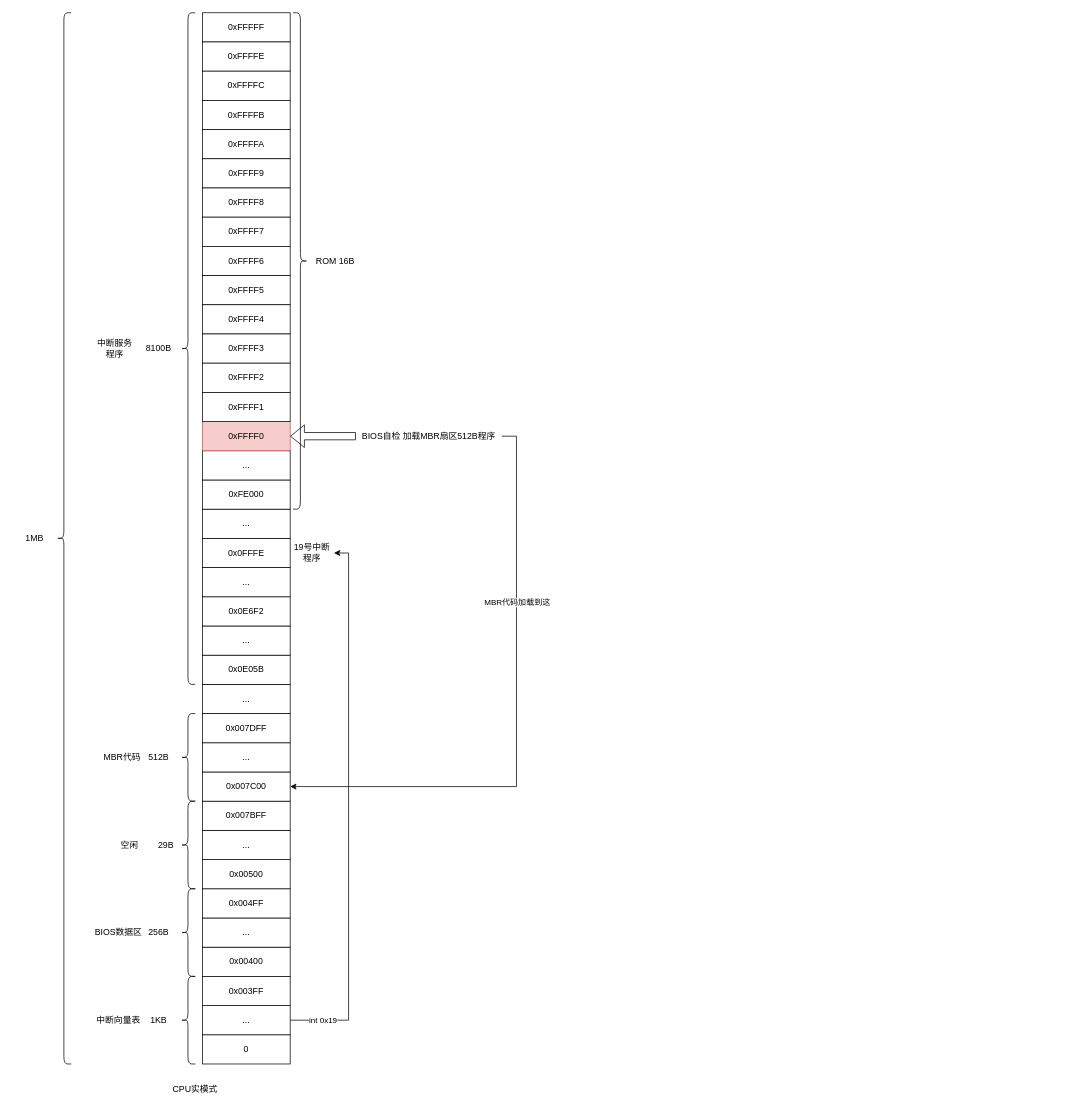
Above: my_docs/linux/sys_mem.drawio in Bannirui/Bannirui.github.io (draw.io), before the change. Source tidied: cells renumbered, new cells numbered last; positions are measured from the earlier drawing's top-left corner, leaving out a move shared by most shapes. Both pictures are drawn from the tidied source at 73%, with x=0, y=0 at pixel (12, 12).
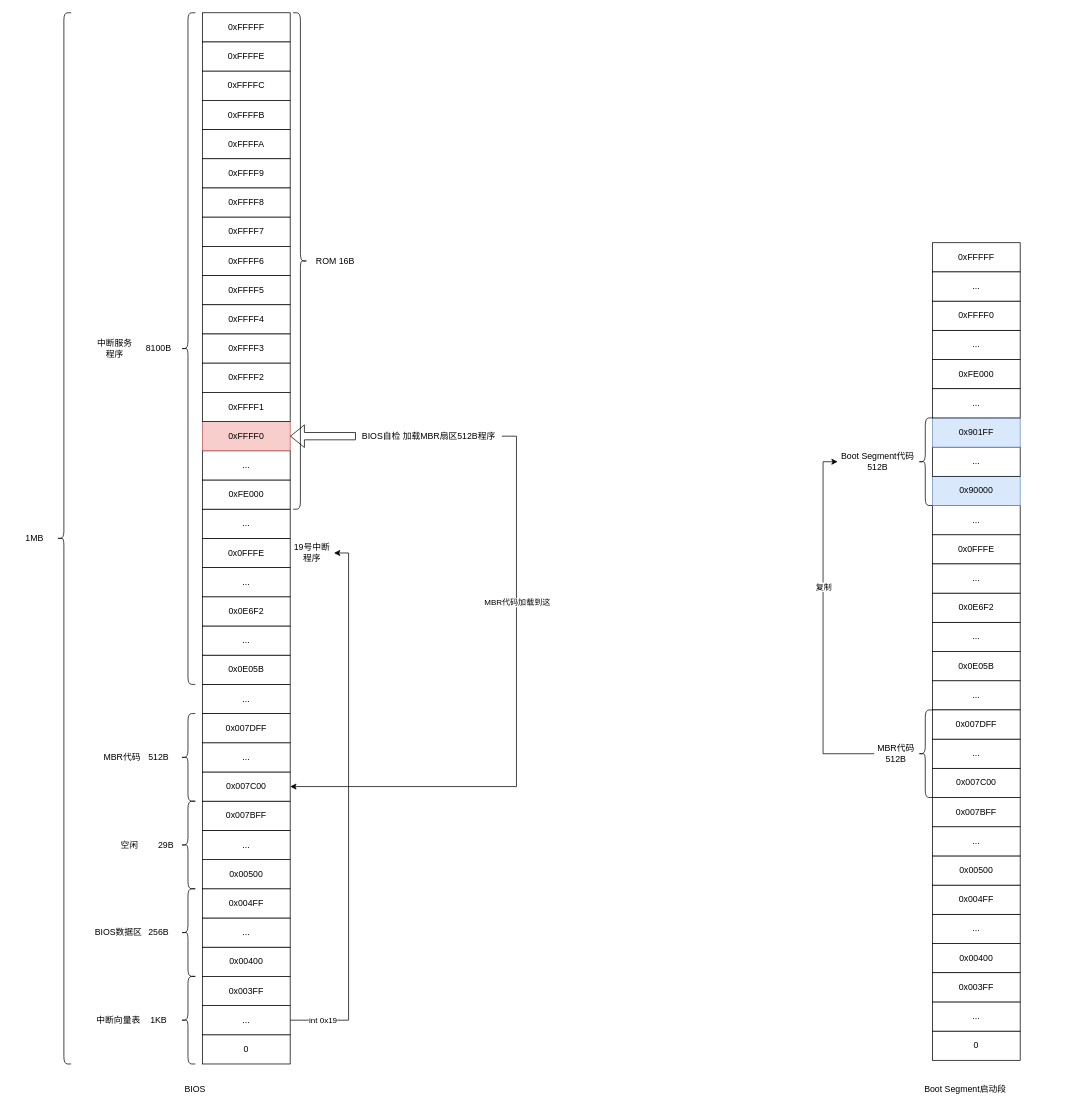
The same page after the edit.

Commit message:
bootsegment代码搬到高地址

What changed in the source:
```diff
@@
-    <mxCell id="26" value="CPU实模式" style="text;html=1;align=center;verticalAlign=middle;whiteSpace=wrap;rounded=0;" parent="1" vertex="1">
+    <mxCell id="26" value="BIOS" style="text;html=1;align=center;verticalAlign=middle;whiteSpace=wrap;rounded=0;" parent="1" vertex="1">
       <mxGeometry x="200" y="1460" width="100" height="30" as="geometry" />
     </mxCell>
@@
+    <mxCell id="65" value="0x00400" style="rounded=0;whiteSpace=wrap;html=1;" parent="1" vertex="1">
+      <mxGeometry x="1260" y="1275" width="120" height="40" as="geometry" />
+    </mxCell>
+    <mxCell id="66" value="..." style="rounded=0;whiteSpace=wrap;html=1;" parent="1" vertex="1">
+      <mxGeometry x="1260" y="1235" width="120" height="40" as="geometry" />
+    </mxCell>
+    <mxCell id="67" value="0x004FF" style="rounded=0;whiteSpace=wrap;html=1;" parent="1" vertex="1">
+      <mxGeometry x="1260" y="1195" width="120" height="40" as="geometry" />
+    </mxCell>
+    <mxCell id="68" value="0" style="rounded=0;whiteSpace=wrap;html=1;" parent="1" vertex="1">
+      <mxGeometry x="1260" y="1395" width="120" height="40" as="geometry" />
+    </mxCell>
+    <mxCell id="69" value="..." style="rounded=0;whiteSpace=wrap;html=1;" parent="1" vertex="1">
+      <mxGeometry x="1260" y="1355" width="120" height="40" as="geometry" />
+    </mxCell>
+    <mxCell id="70" value="0x003FF" style="rounded=0;whiteSpace=wrap;html=1;" parent="1" vertex="1">
+      <mxGeometry x="1260" y="1315" width="120" height="40" as="geometry" />
+    </mxCell>
+    <mxCell id="71" value="..." style="rounded=0;whiteSpace=wrap;html=1;" parent="1" vertex="1">
+      <mxGeometry x="1260" y="915" width="120" height="40" as="geometry" />
+    </mxCell>
+    <mxCell id="72" value="0x0E05B" style="rounded=0;whiteSpace=wrap;html=1;" parent="1" vertex="1">
+      <mxGeometry x="1260" y="875" width="120" height="40" as="geometry" />
+    </mxCell>
+    <mxCell id="73" value="0x0FFFE" style="rounded=0;whiteSpace=wrap;html=1;" parent="1" vertex="1">
+      <mxGeometry x="1260" y="715" width="120" height="40" as="geometry" />
+    </mxCell>
+    <mxCell id="74" value="..." style="rounded=0;whiteSpace=wrap;html=1;" parent="1" vertex="1">
+      <mxGeometry x="1260" y="835" width="120" height="40" as="geometry" />
+    </mxCell>
+    <mxCell id="75" value="..." style="rounded=0;whiteSpace=wrap;html=1;" parent="1" vertex="1">
+      <mxGeometry x="1260" y="675" width="120" height="40" as="geometry" />
+    </mxCell>
+    <mxCell id="76" value="Boot Segment启动段" style="text;html=1;align=center;verticalAlign=middle;whiteSpace=wrap;rounded=0;" parent="1" vertex="1">
+      <mxGeometry x="1160" y="1460" width="290" height="30" as="geometry" />
+    </mxCell>
+    <mxCell id="77" value="0x0E6F2" style="rounded=0;whiteSpace=wrap;html=1;" parent="1" vertex="1">
+      <mxGeometry x="1260" y="795" width="120" height="40" as="geometry" />
+    </mxCell>
+    <mxCell id="78" value="..." style="rounded=0;whiteSpace=wrap;html=1;" parent="1" vertex="1">
+      <mxGeometry x="1260" y="755" width="120" height="40" as="geometry" />
+    </mxCell>
+    <mxCell id="79" value="0xFE000" style="rounded=0;whiteSpace=wrap;html=1;" parent="1" vertex="1">
+      <mxGeometry x="1260" y="475" width="120" height="40" as="geometry" />
+    </mxCell>
+    <mxCell id="80" value="..." style="rounded=0;whiteSpace=wrap;html=1;" parent="1" vertex="1">
+      <mxGeometry x="1260" y="435" width="120" height="40" as="geometry" />
+    </mxCell>
+    <mxCell id="81" value="0xFFFF0" style="rounded=0;whiteSpace=wrap;html=1;" parent="1" vertex="1">
+      <mxGeometry x="1260" y="395" width="120" height="40" as="geometry" />
+    </mxCell>
+    <mxCell id="82" value="0xFFFFF" style="rounded=0;whiteSpace=wrap;html=1;" parent="1" vertex="1">
+      <mxGeometry x="1260" y="315" width="120" height="40" as="geometry" />
+    </mxCell>
+    <mxCell id="83" value="..." style="rounded=0;whiteSpace=wrap;html=1;" parent="1" vertex="1">
+      <mxGeometry x="1260" y="355" width="120" height="40" as="geometry" />
+    </mxCell>
+    <mxCell id="84" value="0x00500" style="rounded=0;whiteSpace=wrap;html=1;" parent="1" vertex="1">
+      <mxGeometry x="1260" y="1155" width="120" height="40" as="geometry" />
+    </mxCell>
+    <mxCell id="85" value="..." style="rounded=0;whiteSpace=wrap;html=1;" parent="1" vertex="1">
+      <mxGeometry x="1260" y="1115" width="120" height="40" as="geometry" />
+    </mxCell>
+    <mxCell id="86" value="0x007BFF" style="rounded=0;whiteSpace=wrap;html=1;" parent="1" vertex="1">
+      <mxGeometry x="1260" y="1075" width="120" height="40" as="geometry" />
+    </mxCell>
+    <mxCell id="87" value="0x007C00" style="rounded=0;whiteSpace=wrap;html=1;" parent="1" vertex="1">
+      <mxGeometry x="1260" y="1035" width="120" height="40" as="geometry" />
+    </mxCell>
+    <mxCell id="88" value="..." style="rounded=0;whiteSpace=wrap;html=1;" parent="1" vertex="1">
+      <mxGeometry x="1260" y="995" width="120" height="40" as="geometry" />
+    </mxCell>
+    <mxCell id="89" value="0x007DFF" style="rounded=0;whiteSpace=wrap;html=1;" parent="1" vertex="1">
+      <mxGeometry x="1260" y="955" width="120" height="40" as="geometry" />
+    </mxCell>
+    <mxCell id="90" style="shape=curlyBracket;whiteSpace=wrap;html=1;rounded=1;labelPosition=left;verticalLabelPosition=middle;align=right;verticalAlign=middle;" parent="1" vertex="1">
+      <mxGeometry x="1240" y="555" width="20" height="120" as="geometry" />
+    </mxCell>
+    <mxCell id="91" style="edgeStyle=orthogonalEdgeStyle;rounded=0;jettySize=auto;html=1;exitX=0;exitY=0.5;exitDx=0;exitDy=0;entryX=0;entryY=0.5;entryDx=0;entryDy=0;" parent="1" edge="1" source="93" target="99">
+      <mxGeometry relative="1" as="geometry" />
+    </mxCell>
+    <mxCell id="92" value="复制" style="edgeLabel;html=1;align=center;verticalAlign=middle;" parent="91" vertex="1">
+      <mxGeometry x="0.22" relative="1" as="geometry" />
+    </mxCell>
+    <mxCell id="93" value="MBR代码 512B" style="text;html=1;align=center;verticalAlign=middle;whiteSpace=wrap;rounded=0;" parent="1" vertex="1">
+      <mxGeometry x="1180" y="1000" width="60" height="30" as="geometry" />
+    </mxCell>
+    <mxCell id="94" value="0x90000" style="rounded=0;whiteSpace=wrap;html=1;fillColor=#dae8fc;strokeColor=#6c8ebf;" parent="1" vertex="1">
+      <mxGeometry x="1260" y="635" width="120" height="40" as="geometry" />
+    </mxCell>
+    <mxCell id="95" value="..." style="rounded=0;whiteSpace=wrap;html=1;" parent="1" vertex="1">
+      <mxGeometry x="1260" y="595" width="120" height="40" as="geometry" />
+    </mxCell>
+    <mxCell id="96" value="0x901FF" style="rounded=0;whiteSpace=wrap;html=1;fillColor=#dae8fc;strokeColor=#6c8ebf;" parent="1" vertex="1">
+      <mxGeometry x="1260" y="555" width="120" height="40" as="geometry" />
+    </mxCell>
+    <mxCell id="97" value="..." style="rounded=0;whiteSpace=wrap;html=1;" parent="1" vertex="1">
+      <mxGeometry x="1260" y="515" width="120" height="40" as="geometry" />
+    </mxCell>
+    <mxCell id="98" style="shape=curlyBracket;whiteSpace=wrap;html=1;rounded=1;labelPosition=left;verticalLabelPosition=middle;align=right;verticalAlign=middle;" parent="1" vertex="1">
+      <mxGeometry x="1240" y="955" width="20" height="120" as="geometry" />
+    </mxCell>
+    <mxCell id="99" value="Boot Segment代码 512B" style="text;html=1;align=center;verticalAlign=middle;whiteSpace=wrap;rounded=0;" parent="1" vertex="1">
+      <mxGeometry x="1130" y="600" width="110" height="30" as="geometry" />
+    </mxCell>
```
